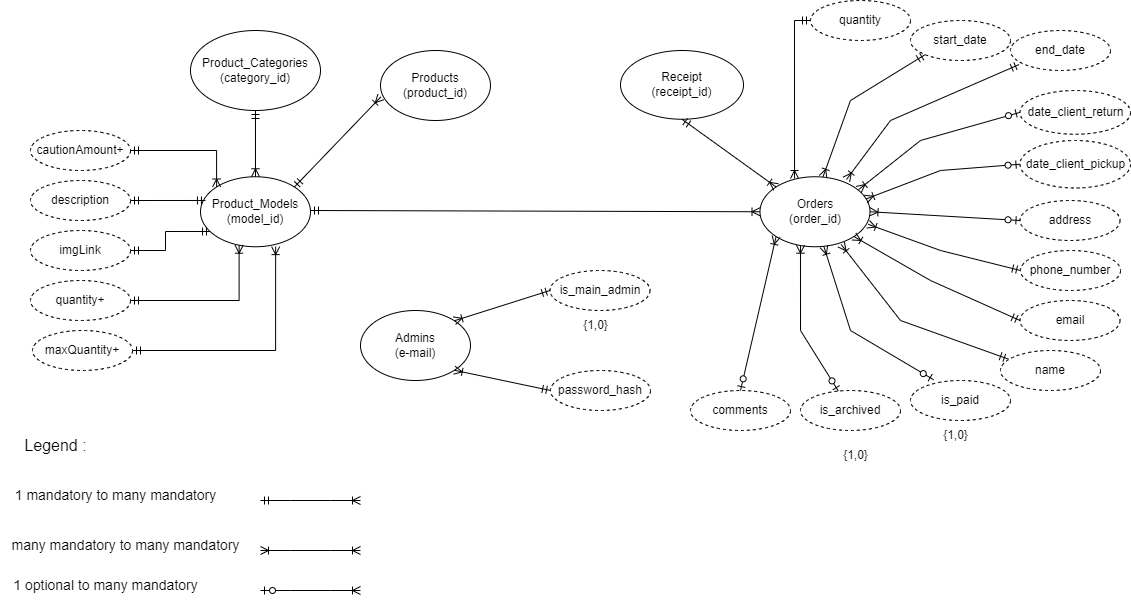
The draw.io diagram ORM.png in Emilevillette/LINFO1212-2022-12, before a commit. Source tidied: cells renumbered, new cells last; positions are measured from the earlier drawing's top-left corner, leaving out a move shared by most shapes.
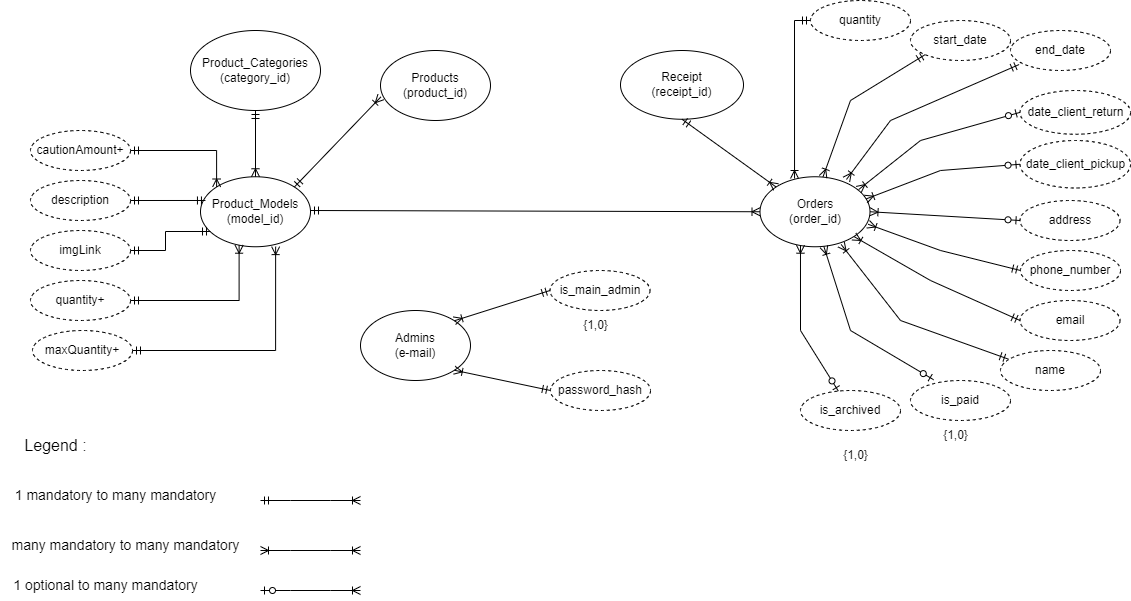
After the commit.

Diff of the diagram source:
```diff
@@ -98,9 +98,6 @@
     <mxCell id="25" value="is_archived" style="ellipse;whiteSpace=wrap;html=1;align=center;dashed=1;" parent="1" vertex="1">
       <mxGeometry x="800" y="390" width="100" height="40" as="geometry" />
     </mxCell>
-    <mxCell id="26" value="comments" style="ellipse;whiteSpace=wrap;html=1;align=center;dashed=1;" parent="1" vertex="1">
-      <mxGeometry x="690" y="390" width="100" height="40" as="geometry" />
-    </mxCell>
     <mxCell id="27" value="Product_Categories&lt;br&gt;(category_id)" style="ellipse;whiteSpace=wrap;html=1;align=center;" parent="1" vertex="1">
       <mxGeometry x="190" y="30" width="130" height="80" as="geometry" />
     </mxCell>
@@ -214,9 +211,6 @@
     <mxCell id="57" style="fontSize=12;html=1;endArrow=ERoneToMany;startArrow=ERmandOne;rounded=0;exitX=1;exitY=0;exitDx=0;exitDy=0;entryX=0.003;entryY=0.664;entryDx=0;entryDy=0;entryPerimeter=0;" parent="1" edge="1" source="28" target="2">
       <mxGeometry relative="1" as="geometry" />
     </mxCell>
-    <mxCell id="58" style="fontSize=12;html=1;endArrow=ERoneToMany;startArrow=ERzeroToOne;rounded=0;exitX=0.5;exitY=0;exitDx=0;exitDy=0;entryX=0;entryY=1;entryDx=0;entryDy=0;" parent="1" edge="1" source="26" target="3">
-      <mxGeometry relative="1" as="geometry" />
-    </mxCell>
     <mxCell id="59" style="fontSize=12;html=1;endArrow=ERoneToMany;startArrow=ERmandOne;rounded=0;entryX=0.738;entryY=0.968;entryDx=0;entryDy=0;entryPerimeter=0;exitX=0.076;exitY=0.213;exitDx=0;exitDy=0;exitPerimeter=0;" parent="1" edge="1" source="16" target="3">
       <mxGeometry relative="1" as="geometry">
         <Array as="points">
```
